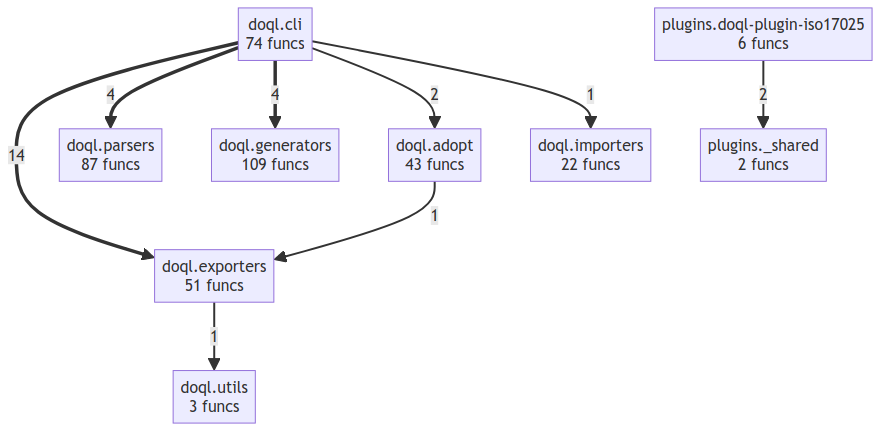
This is project/compact_flow.png from oqlos/doql, a Mermaid export, as it was before one commit. Its source is kept beside it as project/compact_flow.mmd.
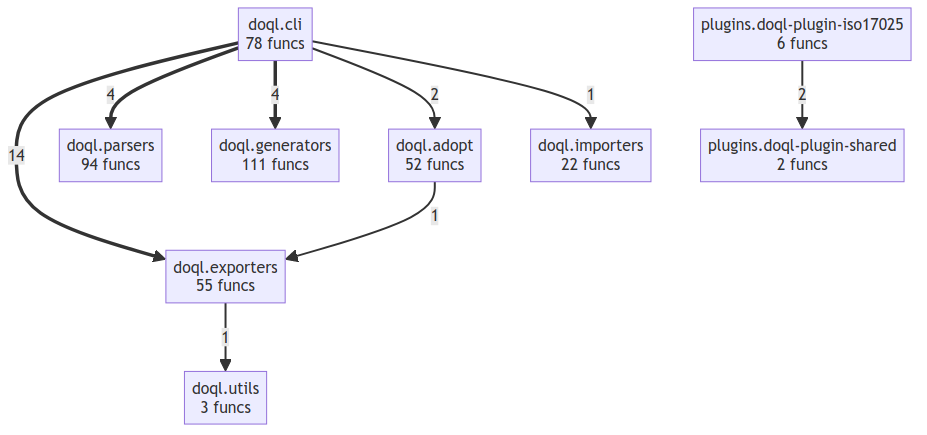
Later version of the same file.

Diff of the diagram source:
```diff
@@ -1,17 +1,17 @@
 flowchart TD
-    doql__adopt["doql.adopt<br/>43 funcs"]
-    doql__cli["doql.cli<br/>74 funcs"]
-    doql__exporters["doql.exporters<br/>51 funcs"]
-    doql__generators["doql.generators<br/>109 funcs"]
+    doql__adopt["doql.adopt<br/>52 funcs"]
+    doql__cli["doql.cli<br/>78 funcs"]
+    doql__exporters["doql.exporters<br/>55 funcs"]
+    doql__generators["doql.generators<br/>111 funcs"]
     doql__importers["doql.importers<br/>22 funcs"]
-    doql__parsers["doql.parsers<br/>87 funcs"]
+    doql__parsers["doql.parsers<br/>94 funcs"]
     doql__utils["doql.utils<br/>3 funcs"]
-    plugins___shared["plugins._shared<br/>2 funcs"]
     plugins__doql_plugin_iso17025["plugins.doql-plugin-iso17025<br/>6 funcs"]
+    plugins__doql_plugin_shared["plugins.doql-plugin-shared<br/>2 funcs"]
     doql__cli ==>|14| doql__exporters
     doql__cli ==>|4| doql__parsers
     doql__cli ==>|4| doql__generators
-    plugins__doql_plugin_iso17025 -->|2| plugins___shared
+    plugins__doql_plugin_iso17025 -->|2| plugins__doql_plugin_shared
     doql__cli -->|2| doql__adopt
     doql__cli -->|1| doql__importers
     doql__exporters -->|1| doql__utils
```
